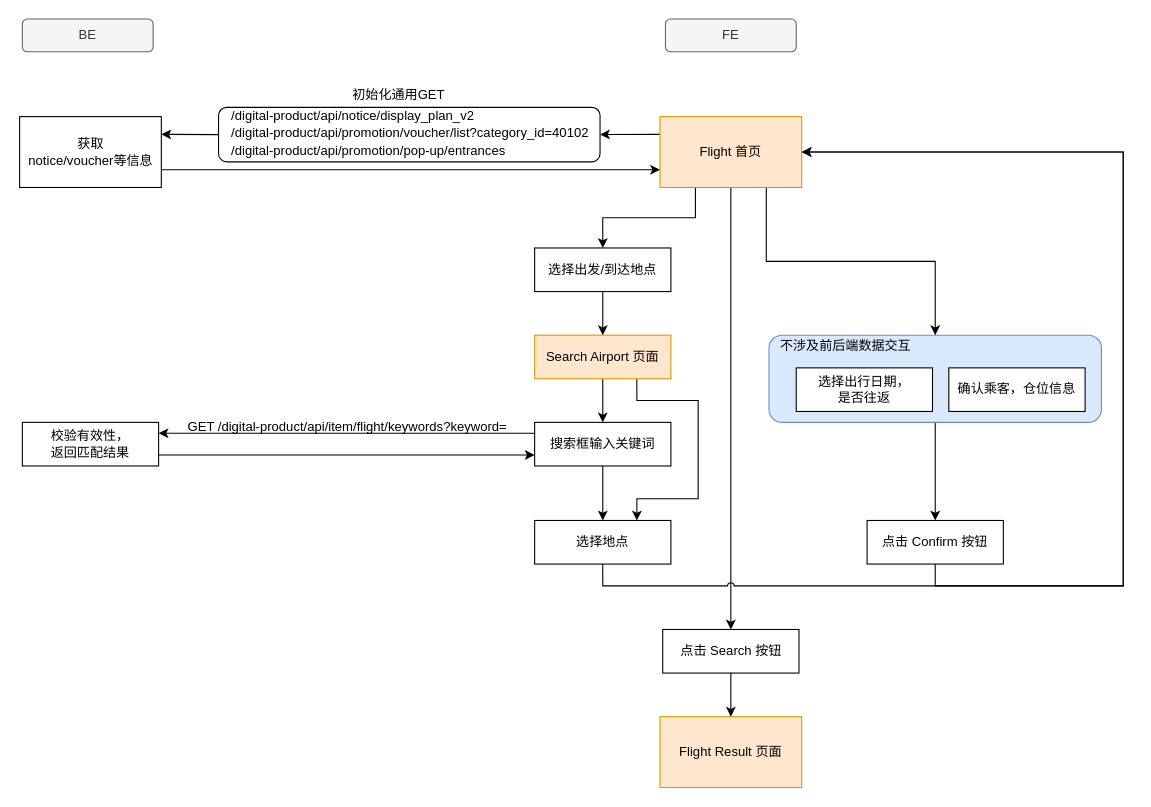
This is page "landing page" (2 of 6) of Flight/flight.drawio from junhong2021/Hotel-, a draw.io file, before an edit. Source tidied: cells renumbered, new cells numbered last; positions are measured from the earlier drawing's top-left corner, leaving out a move shared by most shapes. Both pictures are drawn from the tidied source at 109%, with x=0, y=0 at pixel (20, 19).
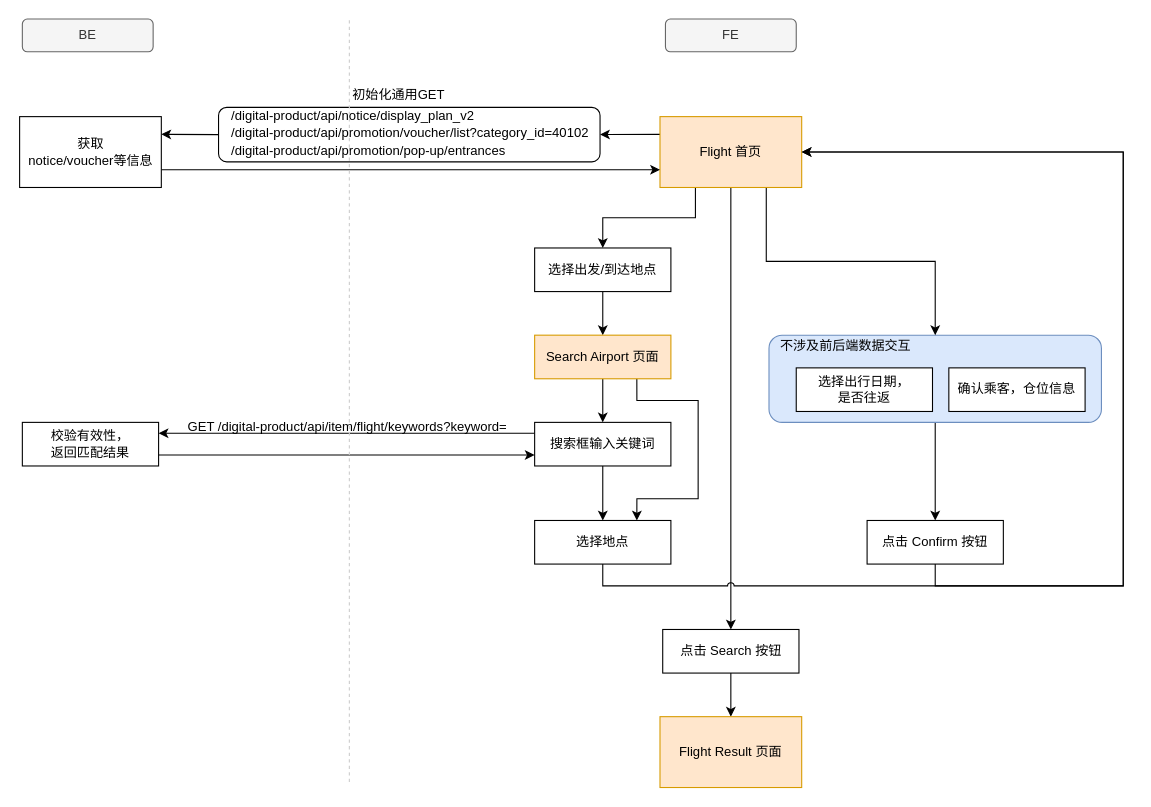
Above is the later version.

Diff of the diagram source:
```diff
@@
+    <mxCell id="40" style="endArrow=none;dashed=1;html=1;strokeColor=#CCCCCC;" parent="1" edge="1">
+      <mxGeometry relative="1" as="geometry">
+        <mxPoint x="302" y="700" as="sourcePoint" />
+        <mxPoint x="302" as="targetPoint" />
+      </mxGeometry>
+    </mxCell>
```
